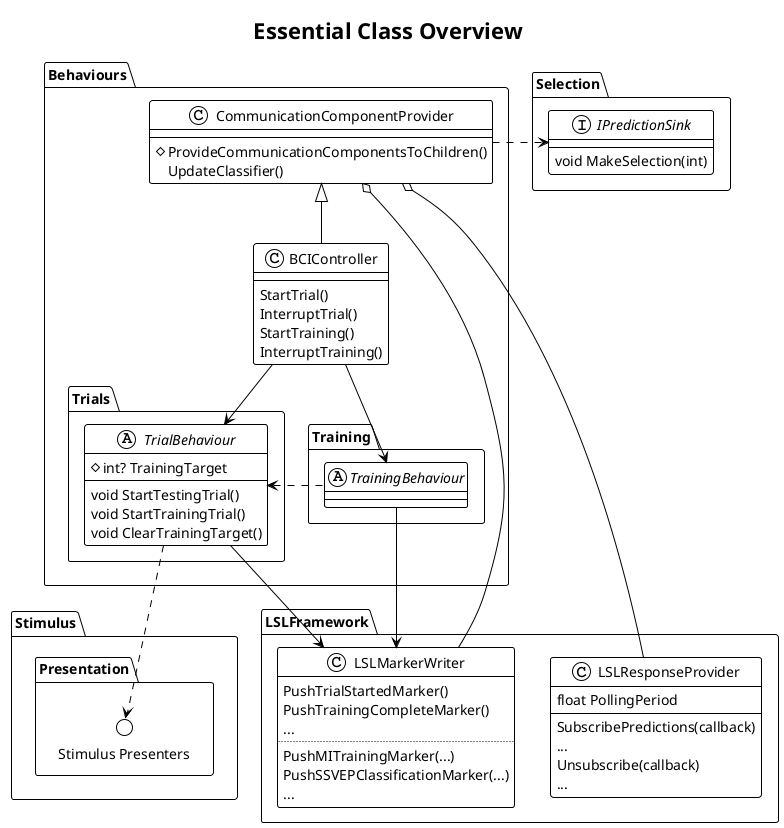
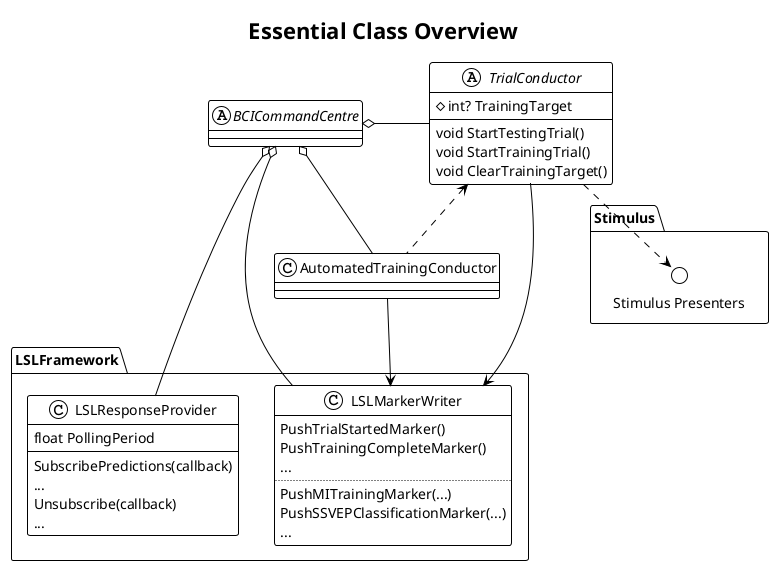
@startuml overview
!theme plain
title Essential Class Overview


- interface Selection.IPredictionSink {
-     void MakeSelection(int)
+ abstract class BCICommandCentre
+ 
+ 
+ abstract TrialConductor {
+     # int? TrainingTarget
+     void StartTestingTrial()
+     void StartTrainingTrial()
+     void ClearTrainingTarget()
}

- namespace Stimulus.Presentation {
-     circle "Stimulus Presenters" as presenters
- }
+ class AutomatedTrainingConductor

+ BCICommandCentre o- TrialConductor
+ BCICommandCentre o-- AutomatedTrainingConductor

- namespace Behaviours {
-     class BCIController extends CommunicationComponentProvider {
-         StartTrial()
-         InterruptTrial()
-         StartTraining()
-         InterruptTraining()
-     }
- 
-     class CommunicationComponentProvider {
-         # ProvideCommunicationComponentsToChildren()
-         UpdateClassifier()
-     }
- 
-     namespace Trials {
-         abstract TrialBehaviour {
-             # int? TrainingTarget
-             void StartTestingTrial()
-             void StartTrainingTrial()
-             void ClearTrainingTarget()
-         }
-     }
- 
-     namespace Training {
-         abstract TrainingBehaviour
-     }
- 
-     BCIController --> TrialBehaviour
-     BCIController --> TrainingBehaviour
-     CommunicationComponentProvider .> IPredictionSink
- }

namespace LSLFramework {
    class LSLMarkerWriter {
        PushTrialStartedMarker()
        PushTrainingCompleteMarker()
        ...
        ..
        PushMITrainingMarker(...)
        PushSSVEPClassificationMarker(...)
        ...
    }

    class LSLResponseProvider {
        float PollingPeriod
        --
        SubscribePredictions(callback)
        ...
        Unsubscribe(callback)
        ...
    }
}

- CommunicationComponentProvider o-- LSLMarkerWriter
- CommunicationComponentProvider o-- LSLResponseProvider
+ BCICommandCentre o-- LSLMarkerWriter
+ BCICommandCentre o-- LSLResponseProvider

- TrialBehaviour --> LSLMarkerWriter
- TrainingBehaviour --> LSLMarkerWriter
- TrialBehaviour <. TrainingBehaviour
+ TrialConductor --> LSLMarkerWriter
+ AutomatedTrainingConductor --> LSLMarkerWriter
+ TrialConductor <.. AutomatedTrainingConductor

- TrialBehaviour ..> presenters
+ 
+ namespace Stimulus {
+     circle "Stimulus Presenters" as presenters
+ }
+ 
+ TrialConductor ..> presenters

@enduml